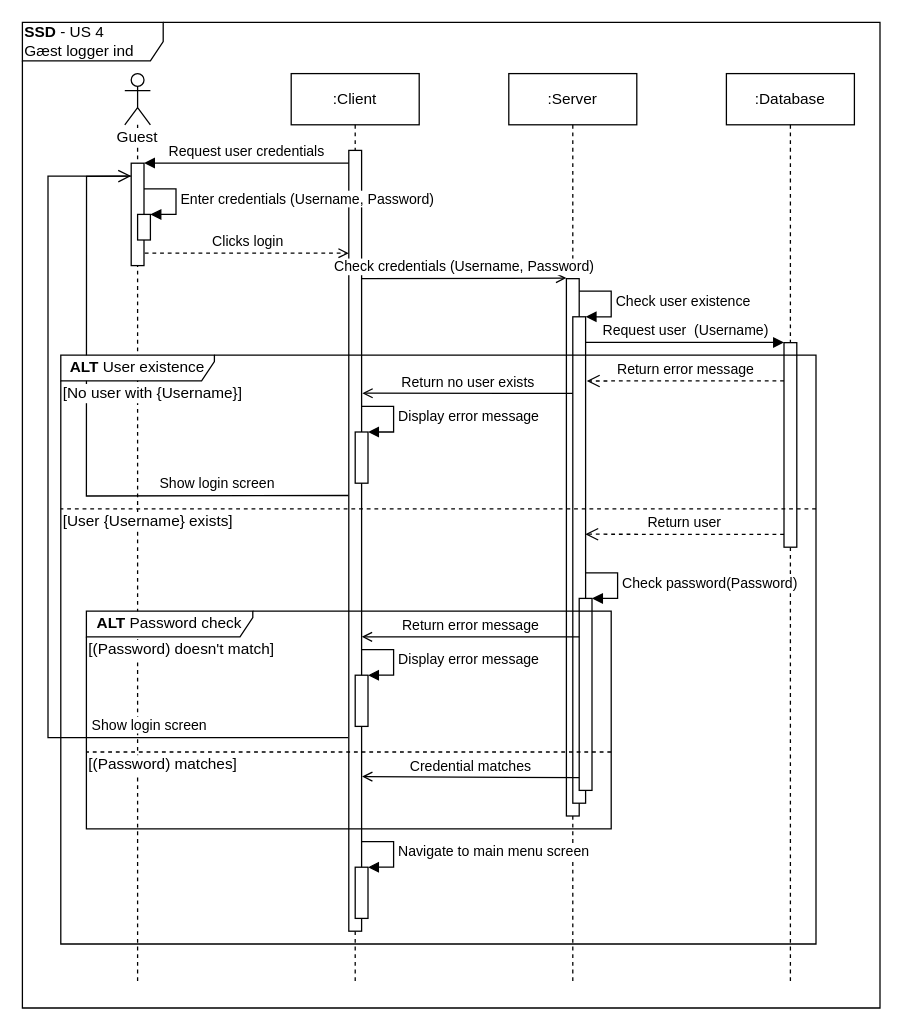
The draw.io diagram diagrams/arkitektur/US4_login.drawio in Macradon/I7BAC-PlugNPlay, before the edit. Source tidied: cells renumbered, new cells numbered last; positions are measured from the earlier drawing's top-left corner, leaving out a move shared by most shapes. Both pictures are drawn from the tidied source at 128%, with x=0, y=0 at pixel (22, 22).
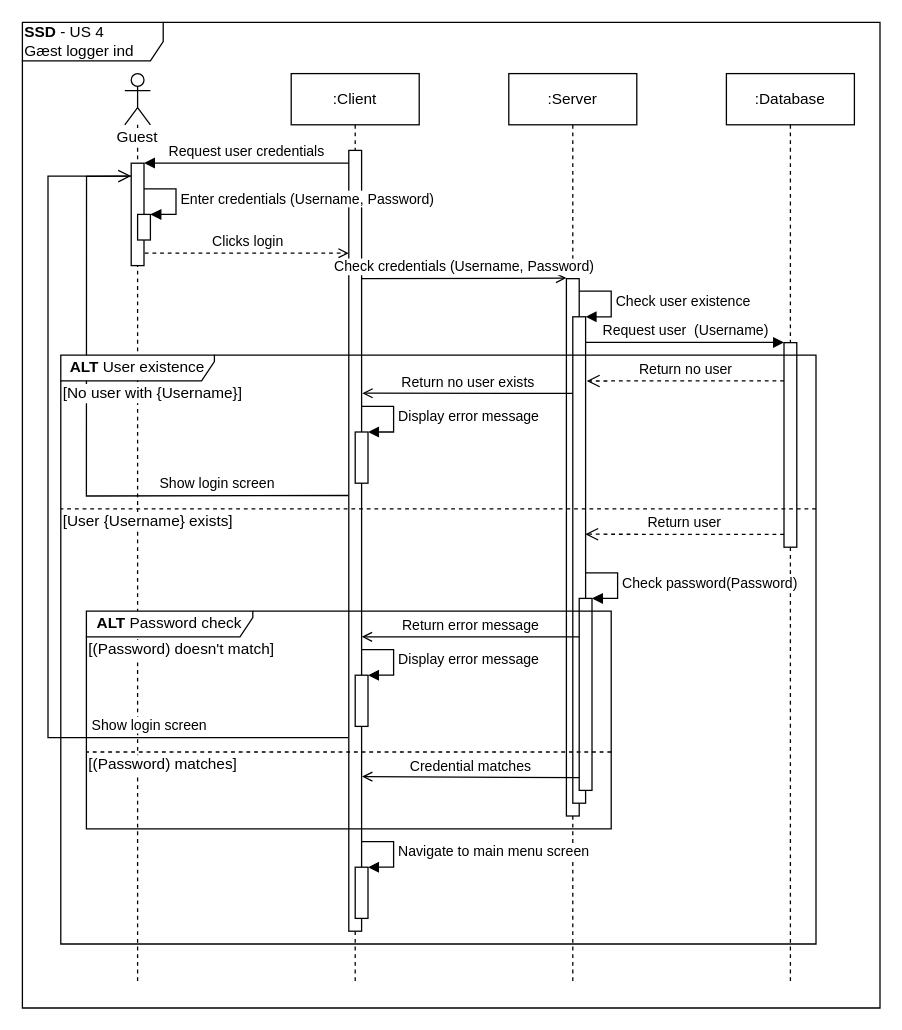
After the change.

The change refers to these unchanged cells:
```xml
<mxCell id="15" style="html=1;points=[];perimeter=orthogonalPerimeter;labelBackgroundColor=none;" parent="1" vertex="1">
  <mxGeometry x="430" y="230" width="10" height="380" as="geometry" />
</mxCell>
```

Change to the diagram source:
```diff
@@
-    <mxCell id="21" value="Return error message" style="html=1;verticalAlign=bottom;endArrow=open;dashed=1;endSize=8;entryX=1.091;entryY=0.132;entryDx=0;entryDy=0;entryPerimeter=0;" parent="1" edge="1" target="15">
+    <mxCell id="21" value="Return no user" style="html=1;verticalAlign=bottom;endArrow=open;dashed=1;endSize=8;entryX=1.091;entryY=0.132;entryDx=0;entryDy=0;entryPerimeter=0;" parent="1" edge="1" target="15">
       <mxGeometry relative="1" as="geometry">
         <mxPoint x="595" y="280" as="sourcePoint" />
       </mxGeometry>
     </mxCell>
```
